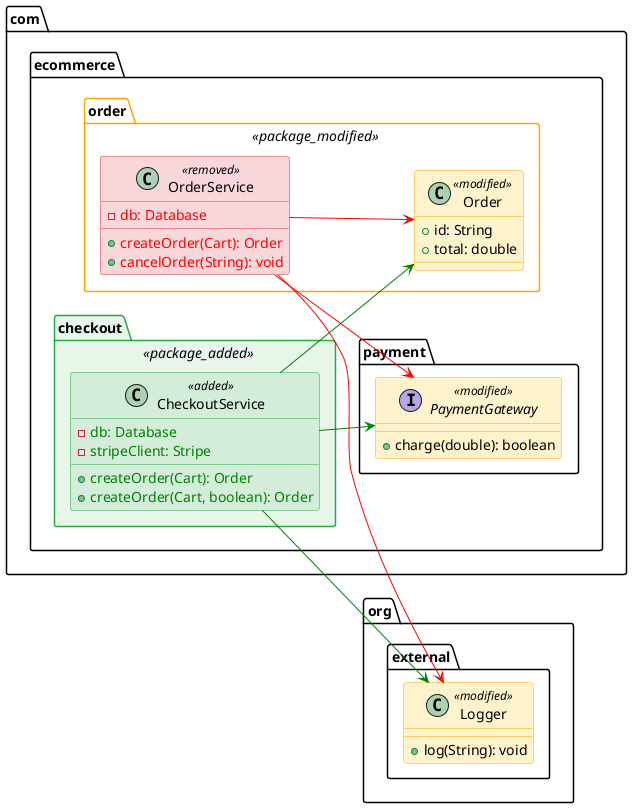
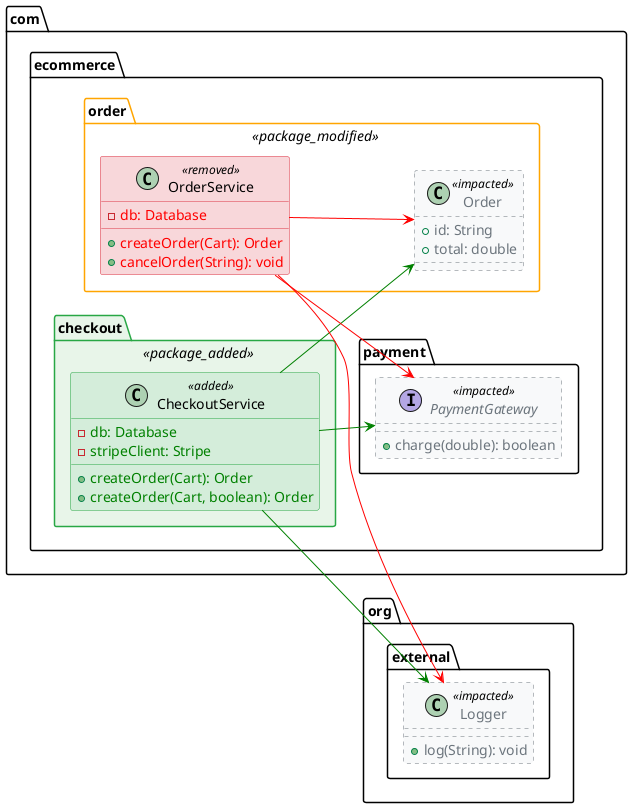
@startuml
left to right direction
skinparam linetype poly
skinparam nodesep 30
skinparam ranksep 30
skinparam packagePadding 8

<style>
  classDiagram {
    class {
      BackgroundColor transparent
      HeaderBackgroundColor transparent
      Shadowing 0
      FontName Arial
    }
    .added {
      BackgroundColor #D4EDDA
      LineColor #28A745
    }
    .removed {
      BackgroundColor #F8D7DA
      LineColor #DC3545
    }
    .modified {
      BackgroundColor #FFF3CD
      LineColor #FFA500
    }
    .moved {
      BackgroundColor #FFF3CD
      LineColor #FFA500
    }
    .impacted {
      BackgroundColor #F8F9FA
      LineColor #6C757D
      LineStyle 4
      FontColor #6C757D
    }
    .package_added {
      BackgroundColor #E8F5E9
      LineColor #28A745
    }
    .package_removed {
      BackgroundColor #FFEBEE
      LineColor #DC3545
    }
    .package_modified {
      BackgroundColor transparent
      LineColor #FFA500
    }
  }
</style>

package "com.ecommerce.checkout" <<package_added>> {
class "CheckoutService" as com.ecommerce.checkout.CheckoutService <<added>> {
  - <color:green>db: Database</color>
  - <color:green>stripeClient: Stripe</color>
  + <color:green>createOrder(Cart): Order</color>
  + <color:green>createOrder(Cart, boolean): Order</color>
}
}

package "com.ecommerce.order" <<package_modified>> {
- class "Order" as com.ecommerce.order.Order <<modified>> {
+ class "Order" as com.ecommerce.order.Order <<impacted>> {
  + id: String
  + total: double
}
class "OrderService" as com.ecommerce.order.OrderService <<removed>> {
  - <color:red>db: Database</color>
  + <color:red>createOrder(Cart): Order</color>
  + <color:red>cancelOrder(String): void</color>
}
}

package "com.ecommerce.payment" {
- interface "PaymentGateway" as com.ecommerce.payment.PaymentGateway <<modified>> {
+ interface "PaymentGateway" as com.ecommerce.payment.PaymentGateway <<impacted>> {
  + charge(double): boolean
}
}

package "org.external" {
- class "Logger" as org.external.Logger <<modified>> {
+ class "Logger" as org.external.Logger <<impacted>> {
  + log(String): void
}
}

com.ecommerce.checkout.CheckoutService -[#green]-> com.ecommerce.order.Order
com.ecommerce.checkout.CheckoutService -[#green]-> com.ecommerce.payment.PaymentGateway
com.ecommerce.checkout.CheckoutService -[#green]-> org.external.Logger
com.ecommerce.order.OrderService -[#red]-> com.ecommerce.order.Order
com.ecommerce.order.OrderService -[#red]-> com.ecommerce.payment.PaymentGateway
com.ecommerce.order.OrderService -[#red]-> org.external.Logger
@enduml